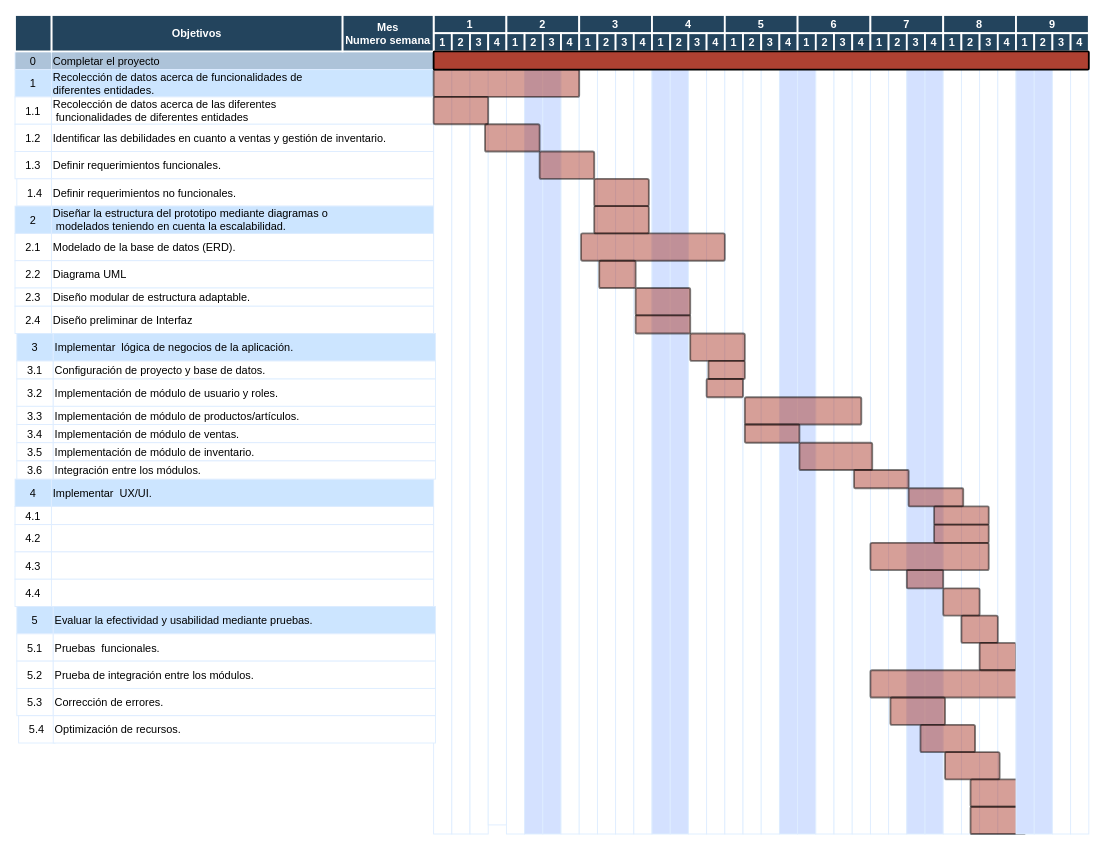
Above: page "Proyecto-Personal" (2 of 2) of Diagrama de Gantt.drawio in Cris25nkl/DIAGRAMS_BD (draw.io), before the change. Source tidied: cells renumbered, new cells numbered last; positions are measured from the earlier drawing's top-left corner, leaving out a move shared by most shapes. Both pictures are drawn from the tidied source at 91%, with x=0, y=0 at pixel (15, 15).
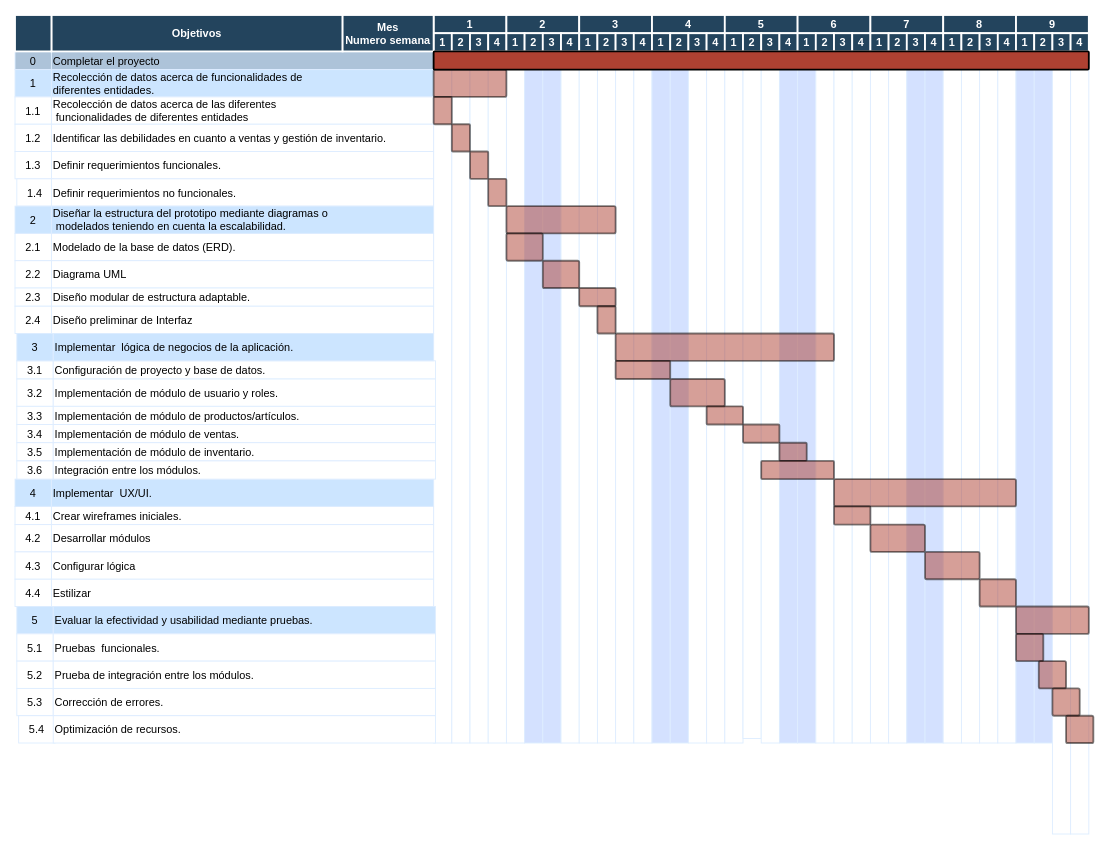
The same diagram, later.

Diff of the diagram source:
```diff
@@
     <mxCell id="4" style="strokeColor=#DEEDFF;" parent="1" vertex="1">
-      <mxGeometry x="460" y="40" width="20" height="860" as="geometry" />
+      <mxGeometry x="460" y="40" width="20" height="760" as="geometry" />
     </mxCell>
@@
-    <mxCell id="30" value="Implementar  lógica de negocios de la aplicación." style="align=left;strokeColor=#DEEDFF;fillColor=#CCE5FF;" parent="1" vertex="1">
-      <mxGeometry x="42" y="350" width="420" height="30" as="geometry" />
-    </mxCell>
@@
-    <mxCell id="38" style="align=left;strokeColor=#DEEDFF;" parent="1" vertex="1">
+    <mxCell id="38" value="Crear wireframes iniciales." style="align=left;strokeColor=#DEEDFF;" parent="1" vertex="1">
       <mxGeometry x="40" y="540" width="420" height="20" as="geometry" />
     </mxCell>
@@
-    <mxCell id="41" style="align=left;strokeColor=#DEEDFF;" parent="1" vertex="1">
+    <mxCell id="41" value="Desarrollar módulos" style="align=left;strokeColor=#DEEDFF;" parent="1" vertex="1">
       <mxGeometry x="40" y="560" width="420" height="30" as="geometry" />
     </mxCell>
@@
-    <mxCell id="43" style="align=left;strokeColor=#DEEDFF;" parent="1" vertex="1">
+    <mxCell id="43" value="Configurar lógica" style="align=left;strokeColor=#DEEDFF;" parent="1" vertex="1">
       <mxGeometry x="40" y="590" width="420" height="30" as="geometry" />
     </mxCell>
     <mxCell id="44" style="strokeColor=#DEEDFF;" parent="1" vertex="1">
-      <mxGeometry x="480" y="40" width="20" height="860" as="geometry" />
+      <mxGeometry x="480" y="40" width="20" height="760" as="geometry" />
     </mxCell>
     <mxCell id="45" style="strokeColor=#DEEDFF;" parent="1" vertex="1">
-      <mxGeometry x="500" y="40" width="20" height="860" as="geometry" />
+      <mxGeometry x="500" y="40" width="20" height="760" as="geometry" />
     </mxCell>
     <mxCell id="46" style="strokeColor=#DEEDFF;" parent="1" vertex="1">
-      <mxGeometry x="520" y="40" width="20" height="850" as="geometry" />
+      <mxGeometry x="520" y="40" width="20" height="760" as="geometry" />
     </mxCell>
     <mxCell id="47" style="strokeColor=#DEEDFF;" parent="1" vertex="1">
-      <mxGeometry x="540" y="40" width="20" height="860" as="geometry" />
+      <mxGeometry x="540" y="40" width="20" height="760" as="geometry" />
     </mxCell>
     <mxCell id="48" style="strokeColor=#DEEDFF;fillColor=#D4E1FF;" parent="1" vertex="1">
-      <mxGeometry x="560" y="40" width="20" height="860" as="geometry" />
+      <mxGeometry x="560" y="40" width="20" height="760" as="geometry" />
     </mxCell>
     <mxCell id="49" style="strokeColor=#DEEDFF;fillColor=#D4E1FF;" parent="1" vertex="1">
-      <mxGeometry x="580" y="40" width="20" height="860" as="geometry" />
+      <mxGeometry x="580" y="40" width="20" height="760" as="geometry" />
     </mxCell>
     <mxCell id="50" style="strokeColor=#DEEDFF;" parent="1" vertex="1">
-      <mxGeometry x="600" y="40" width="20" height="860" as="geometry" />
+      <mxGeometry x="600" y="40" width="20" height="760" as="geometry" />
     </mxCell>
     <mxCell id="51" style="strokeColor=#DEEDFF;" parent="1" vertex="1">
-      <mxGeometry x="620" y="40" width="20" height="860" as="geometry" />
+      <mxGeometry x="620" y="40" width="20" height="760" as="geometry" />
     </mxCell>
     <mxCell id="52" style="strokeColor=#DEEDFF;" parent="1" vertex="1">
-      <mxGeometry x="640" y="40" width="20" height="860" as="geometry" />
+      <mxGeometry x="640" y="40" width="20" height="760" as="geometry" />
     </mxCell>
     <mxCell id="53" style="strokeColor=#DEEDFF;" parent="1" vertex="1">
-      <mxGeometry x="660" y="40" width="20" height="860" as="geometry" />
+      <mxGeometry x="660" y="40" width="20" height="760" as="geometry" />
     </mxCell>
     <mxCell id="54" style="strokeColor=#DEEDFF;" parent="1" vertex="1">
-      <mxGeometry x="680" y="40" width="20" height="860" as="geometry" />
+      <mxGeometry x="680" y="40" width="20" height="760" as="geometry" />
     </mxCell>
     <mxCell id="55" style="strokeColor=#DEEDFF;fillColor=#D4E1FF;" parent="1" vertex="1">
-      <mxGeometry x="700" y="40" width="20" height="860" as="geometry" />
+      <mxGeometry x="700" y="40" width="20" height="760" as="geometry" />
     </mxCell>
     <mxCell id="56" style="strokeColor=#DEEDFF;fillColor=#D4E1FF;" parent="1" vertex="1">
-      <mxGeometry x="720" y="40" width="20" height="860" as="geometry" />
+      <mxGeometry x="720" y="40" width="20" height="760" as="geometry" />
     </mxCell>
     <mxCell id="57" style="strokeColor=#DEEDFF;" parent="1" vertex="1">
-      <mxGeometry x="740" y="40" width="20" height="860" as="geometry" />
+      <mxGeometry x="740" y="40" width="20" height="760" as="geometry" />
     </mxCell>
     <mxCell id="58" style="strokeColor=#DEEDFF;" parent="1" vertex="1">
-      <mxGeometry x="760" y="40" width="20" height="860" as="geometry" />
+      <mxGeometry x="760" y="40" width="20" height="760" as="geometry" />
     </mxCell>
     <mxCell id="59" style="strokeColor=#DEEDFF;" parent="1" vertex="1">
-      <mxGeometry x="780" y="40" width="20" height="860" as="geometry" />
+      <mxGeometry x="780" y="40" width="20" height="760" as="geometry" />
     </mxCell>
     <mxCell id="60" style="strokeColor=#DEEDFF;" parent="1" vertex="1">
-      <mxGeometry x="800" y="40" width="20" height="860" as="geometry" />
+      <mxGeometry x="800" y="35" width="20" height="760" as="geometry" />
     </mxCell>
     <mxCell id="61" style="strokeColor=#DEEDFF;" parent="1" vertex="1">
-      <mxGeometry x="820" y="40" width="20" height="860" as="geometry" />
+      <mxGeometry x="820" y="40" width="20" height="760" as="geometry" />
     </mxCell>
     <mxCell id="62" style="strokeColor=#DEEDFF;fillColor=#D4E1FF;" parent="1" vertex="1">
-      <mxGeometry x="840" y="40" width="20" height="860" as="geometry" />
+      <mxGeometry x="840" y="40" width="20" height="760" as="geometry" />
     </mxCell>
     <mxCell id="63" style="strokeColor=#DEEDFF;fillColor=#D4E1FF;" parent="1" vertex="1">
-      <mxGeometry x="860" y="40" width="20" height="860" as="geometry" />
+      <mxGeometry x="860" y="40" width="20" height="760" as="geometry" />
     </mxCell>
     <mxCell id="64" style="strokeColor=#DEEDFF;" parent="1" vertex="1">
-      <mxGeometry x="880" y="40" width="20" height="860" as="geometry" />
+      <mxGeometry x="880" y="40" width="20" height="760" as="geometry" />
     </mxCell>
     <mxCell id="65" style="strokeColor=#DEEDFF;" parent="1" vertex="1">
-      <mxGeometry x="900" y="40" width="20" height="860" as="geometry" />
+      <mxGeometry x="900" y="40" width="20" height="760" as="geometry" />
     </mxCell>
     <mxCell id="66" style="strokeColor=#DEEDFF;" parent="1" vertex="1">
-      <mxGeometry x="920" y="40" width="20" height="860" as="geometry" />
+      <mxGeometry x="920" y="40" width="20" height="760" as="geometry" />
     </mxCell>
     <mxCell id="67" style="strokeColor=#DEEDFF;" parent="1" vertex="1">
-      <mxGeometry x="940" y="40" width="20" height="860" as="geometry" />
+      <mxGeometry x="940" y="40" width="20" height="760" as="geometry" />
     </mxCell>
     <mxCell id="68" style="strokeColor=#DEEDFF;" parent="1" vertex="1">
-      <mxGeometry x="960" y="40" width="20" height="860" as="geometry" />
+      <mxGeometry x="960" y="40" width="20" height="760" as="geometry" />
     </mxCell>
     <mxCell id="69" style="strokeColor=#DEEDFF;fillColor=#D4E1FF;" parent="1" vertex="1">
-      <mxGeometry x="980" y="40" width="20" height="860" as="geometry" />
+      <mxGeometry x="980" y="40" width="20" height="760" as="geometry" />
     </mxCell>
     <mxCell id="70" style="strokeColor=#DEEDFF;fillColor=#D4E1FF;" parent="1" vertex="1">
-      <mxGeometry x="1000" y="40" width="20" height="860" as="geometry" />
+      <mxGeometry x="1000" y="40" width="20" height="760" as="geometry" />
     </mxCell>
     <mxCell id="71" style="strokeColor=#DEEDFF;" parent="1" vertex="1">
-      <mxGeometry x="1020" y="40" width="20" height="860" as="geometry" />
+      <mxGeometry x="1020" y="40" width="20" height="760" as="geometry" />
     </mxCell>
     <mxCell id="72" style="strokeColor=#DEEDFF;" parent="1" vertex="1">
-      <mxGeometry x="1040" y="40" width="20" height="860" as="geometry" />
+      <mxGeometry x="1040" y="40" width="20" height="760" as="geometry" />
     </mxCell>
     <mxCell id="73" style="strokeColor=#DEEDFF;" parent="1" vertex="1">
-      <mxGeometry x="1060" y="40" width="20" height="860" as="geometry" />
+      <mxGeometry x="1060" y="40" width="20" height="760" as="geometry" />
     </mxCell>
     <mxCell id="74" style="strokeColor=#DEEDFF;" parent="1" vertex="1">
-      <mxGeometry x="1080" y="40" width="20" height="860" as="geometry" />
+      <mxGeometry x="1080" y="40" width="20" height="760" as="geometry" />
     </mxCell>
@@
     <mxCell id="83" style="shape=mxgraph.flowchart.process;fillColor=#AE4132;strokeColor=#000000;strokeWidth=2;opacity=50;" parent="1" vertex="1">
-      <mxGeometry x="460" y="60" width="160" height="30" as="geometry" />
+      <mxGeometry x="460" y="60" width="80" height="30" as="geometry" />
     </mxCell>
@@
-    <mxCell id="86" style="align=left;strokeColor=#DEEDFF;" parent="1" vertex="1">
+    <mxCell id="86" value="Estilizar" style="align=left;strokeColor=#DEEDFF;" parent="1" vertex="1">
       <mxGeometry x="40" y="620" width="420" height="30" as="geometry" />
     </mxCell>
@@
-    <mxCell id="122" style="shape=mxgraph.flowchart.process;fillColor=#AE4132;strokeColor=#000000;strokeWidth=2;opacity=50;" parent="1" vertex="1">
-      <mxGeometry x="460" y="90" width="60" height="30" as="geometry" />
-    </mxCell>
-    <mxCell id="123" style="shape=mxgraph.flowchart.process;fillColor=#AE4132;strokeColor=#000000;strokeWidth=2;opacity=50;" parent="1" vertex="1">
-      <mxGeometry x="516.5" y="120" width="60" height="30" as="geometry" />
-    </mxCell>
-    <mxCell id="124" style="shape=mxgraph.flowchart.process;fillColor=#AE4132;strokeColor=#000000;strokeWidth=2;opacity=50;" parent="1" vertex="1">
-      <mxGeometry x="576.5" y="150" width="60" height="30" as="geometry" />
-    </mxCell>
-    <mxCell id="125" style="shape=mxgraph.flowchart.process;fillColor=#AE4132;strokeColor=#000000;strokeWidth=2;opacity=50;" parent="1" vertex="1">
-      <mxGeometry x="636.5" y="180" width="60" height="30" as="geometry" />
-    </mxCell>
-    <mxCell id="126" style="shape=mxgraph.flowchart.process;fillColor=#AE4132;strokeColor=#000000;strokeWidth=2;opacity=50;" parent="1" vertex="1">
-      <mxGeometry x="622" y="240" width="158" height="30" as="geometry" />
-    </mxCell>
-    <mxCell id="127" style="shape=mxgraph.flowchart.process;fillColor=#AE4132;strokeColor=#000000;strokeWidth=2;opacity=50;" parent="1" vertex="1">
-      <mxGeometry x="642" y="270" width="40" height="30" as="geometry" />
-    </mxCell>
-    <mxCell id="128" style="shape=mxgraph.flowchart.process;fillColor=#AE4132;strokeColor=#000000;strokeWidth=2;opacity=50;" parent="1" vertex="1">
-      <mxGeometry x="682" y="300" width="60" height="30" as="geometry" />
-    </mxCell>
-    <mxCell id="129" style="shape=mxgraph.flowchart.process;fillColor=#AE4132;strokeColor=#000000;strokeWidth=2;opacity=50;" parent="1" vertex="1">
-      <mxGeometry x="682" y="330" width="60" height="20" as="geometry" />
-    </mxCell>
-    <mxCell id="130" style="shape=mxgraph.flowchart.process;fillColor=#AE4132;strokeColor=#000000;strokeWidth=2;opacity=50;" parent="1" vertex="1">
-      <mxGeometry x="742" y="350" width="60" height="30" as="geometry" />
-    </mxCell>
-    <mxCell id="131" style="shape=mxgraph.flowchart.process;fillColor=#AE4132;strokeColor=#000000;strokeWidth=2;opacity=50;" parent="1" vertex="1">
-      <mxGeometry x="762" y="380" width="40" height="20" as="geometry" />
-    </mxCell>
-    <mxCell id="132" style="shape=mxgraph.flowchart.process;fillColor=#AE4132;strokeColor=#000000;strokeWidth=2;opacity=50;" parent="1" vertex="1">
-      <mxGeometry x="802" y="420" width="128" height="30" as="geometry" />
-    </mxCell>
-    <mxCell id="133" style="shape=mxgraph.flowchart.process;fillColor=#AE4132;strokeColor=#000000;strokeWidth=2;opacity=50;" parent="1" vertex="1">
-      <mxGeometry x="802" y="450" width="60" height="20" as="geometry" />
-    </mxCell>
-    <mxCell id="134" style="shape=mxgraph.flowchart.process;fillColor=#AE4132;strokeColor=#000000;strokeWidth=2;opacity=50;" parent="1" vertex="1">
-      <mxGeometry x="862" y="470" width="80" height="30" as="geometry" />
-    </mxCell>
-    <mxCell id="135" style="shape=mxgraph.flowchart.process;fillColor=#AE4132;strokeColor=#000000;strokeWidth=2;opacity=50;" parent="1" vertex="1">
-      <mxGeometry x="922" y="500" width="60" height="20" as="geometry" />
-    </mxCell>
-    <mxCell id="136" style="shape=mxgraph.flowchart.process;fillColor=#AE4132;strokeColor=#000000;strokeWidth=2;opacity=50;" parent="1" vertex="1">
-      <mxGeometry x="982" y="520" width="60" height="20" as="geometry" />
-    </mxCell>
-    <mxCell id="137" style="shape=mxgraph.flowchart.process;fillColor=#AE4132;strokeColor=#000000;strokeWidth=2;opacity=50;" parent="1" vertex="1">
-      <mxGeometry x="940" y="580" width="130" height="30" as="geometry" />
-    </mxCell>
-    <mxCell id="138" style="shape=mxgraph.flowchart.process;fillColor=#AE4132;strokeColor=#000000;strokeWidth=2;opacity=50;" parent="1" vertex="1">
-      <mxGeometry x="1010" y="540" width="60" height="20" as="geometry" />
-    </mxCell>
-    <mxCell id="139" style="shape=mxgraph.flowchart.process;fillColor=#AE4132;strokeColor=#000000;strokeWidth=2;opacity=50;" parent="1" vertex="1">
-      <mxGeometry x="980" y="610" width="40" height="20" as="geometry" />
-    </mxCell>
-    <mxCell id="140" style="shape=mxgraph.flowchart.process;fillColor=#AE4132;strokeColor=#000000;strokeWidth=2;opacity=50;" parent="1" vertex="1">
-      <mxGeometry x="1020" y="630" width="40" height="30" as="geometry" />
-    </mxCell>
-    <mxCell id="141" style="shape=mxgraph.flowchart.process;fillColor=#AE4132;strokeColor=#000000;strokeWidth=2;opacity=50;" parent="1" vertex="1">
-      <mxGeometry x="1040" y="660" width="40" height="30" as="geometry" />
-    </mxCell>
-    <mxCell id="142" style="shape=mxgraph.flowchart.process;fillColor=#AE4132;strokeColor=#000000;strokeWidth=2;opacity=50;" parent="1" vertex="1">
-      <mxGeometry x="1060" y="690" width="40" height="30" as="geometry" />
-    </mxCell>
-    <mxCell id="143" style="shape=mxgraph.flowchart.process;fillColor=#AE4132;strokeColor=#000000;strokeWidth=2;opacity=50;" parent="1" vertex="1">
-      <mxGeometry x="636.5" y="210" width="60" height="30" as="geometry" />
-    </mxCell>
-    <mxCell id="144" style="shape=mxgraph.flowchart.process;fillColor=#AE4132;strokeColor=#000000;strokeWidth=2;opacity=50;" parent="1" vertex="1">
-      <mxGeometry x="760" y="400" width="40" height="20" as="geometry" />
-    </mxCell>
@@
-    <mxCell id="147" style="shape=mxgraph.flowchart.process;fillColor=#AE4132;strokeColor=#000000;strokeWidth=2;opacity=50;" parent="1" vertex="1">
-      <mxGeometry x="1010" y="560" width="60" height="20" as="geometry" />
-    </mxCell>
@@
-    <mxCell id="158" style="shape=mxgraph.flowchart.process;fillColor=#AE4132;strokeColor=#000000;strokeWidth=2;opacity=50;" parent="1" vertex="1">
-      <mxGeometry x="940" y="720" width="170" height="30" as="geometry" />
-    </mxCell>
-    <mxCell id="159" style="shape=mxgraph.flowchart.process;fillColor=#AE4132;strokeColor=#000000;strokeWidth=2;opacity=50;" parent="1" vertex="1">
-      <mxGeometry x="962" y="750" width="60" height="30" as="geometry" />
-    </mxCell>
-    <mxCell id="160" style="shape=mxgraph.flowchart.process;fillColor=#AE4132;strokeColor=#000000;strokeWidth=2;opacity=50;" parent="1" vertex="1">
-      <mxGeometry x="995" y="780" width="60" height="30" as="geometry" />
-    </mxCell>
-    <mxCell id="161" style="shape=mxgraph.flowchart.process;fillColor=#AE4132;strokeColor=#000000;strokeWidth=2;opacity=50;" parent="1" vertex="1">
-      <mxGeometry x="1022" y="810" width="60" height="30" as="geometry" />
-    </mxCell>
-    <mxCell id="162" style="shape=mxgraph.flowchart.process;fillColor=#AE4132;strokeColor=#000000;strokeWidth=2;opacity=50;" parent="1" vertex="1">
-      <mxGeometry x="1050" y="840" width="60" height="30" as="geometry" />
-    </mxCell>
-    <mxCell id="163" style="shape=mxgraph.flowchart.process;fillColor=#AE4132;strokeColor=#000000;strokeWidth=2;opacity=50;" parent="1" vertex="1">
-      <mxGeometry x="1050" y="870" width="60" height="30" as="geometry" />
-    </mxCell>
@@
     <mxCell id="169" style="strokeColor=#DEEDFF;fillColor=#D4E1FF;" parent="1" vertex="1">
-      <mxGeometry x="1100" y="40" width="20" height="860" as="geometry" />
+      <mxGeometry x="1100" y="40" width="20" height="760" as="geometry" />
     </mxCell>
     <mxCell id="170" style="strokeColor=#DEEDFF;fillColor=#D4E1FF;" parent="1" vertex="1">
-      <mxGeometry x="1120" y="40" width="20" height="860" as="geometry" />
+      <mxGeometry x="1120" y="40" width="20" height="760" as="geometry" />
     </mxCell>
@@
+    <mxCell id="174" style="shape=mxgraph.flowchart.process;fillColor=#AE4132;strokeColor=#000000;strokeWidth=2;opacity=50;" parent="1" vertex="1">
+      <mxGeometry x="460" y="90" width="20" height="30" as="geometry" />
+    </mxCell>
+    <mxCell id="175" style="shape=mxgraph.flowchart.process;fillColor=#AE4132;strokeColor=#000000;strokeWidth=2;opacity=50;" parent="1" vertex="1">
+      <mxGeometry x="480" y="120" width="20" height="30" as="geometry" />
+    </mxCell>
+    <mxCell id="176" style="shape=mxgraph.flowchart.process;fillColor=#AE4132;strokeColor=#000000;strokeWidth=2;opacity=50;" parent="1" vertex="1">
+      <mxGeometry x="500" y="150" width="20" height="30" as="geometry" />
+    </mxCell>
+    <mxCell id="177" style="shape=mxgraph.flowchart.process;fillColor=#AE4132;strokeColor=#000000;strokeWidth=2;opacity=50;" parent="1" vertex="1">
+      <mxGeometry x="520" y="180" width="20" height="30" as="geometry" />
+    </mxCell>
+    <mxCell id="178" style="shape=mxgraph.flowchart.process;fillColor=#AE4132;strokeColor=#000000;strokeWidth=2;opacity=50;" parent="1" vertex="1">
+      <mxGeometry x="540" y="210" width="120" height="30" as="geometry" />
+    </mxCell>
+    <mxCell id="179" style="shape=mxgraph.flowchart.process;fillColor=#AE4132;strokeColor=#000000;strokeWidth=2;opacity=50;" parent="1" vertex="1">
+      <mxGeometry x="540" y="240" width="40" height="30" as="geometry" />
+    </mxCell>
+    <mxCell id="180" style="shape=mxgraph.flowchart.process;fillColor=#AE4132;strokeColor=#000000;strokeWidth=2;opacity=50;" parent="1" vertex="1">
+      <mxGeometry x="580" y="270" width="40" height="30" as="geometry" />
+    </mxCell>
+    <mxCell id="181" style="shape=mxgraph.flowchart.process;fillColor=#AE4132;strokeColor=#000000;strokeWidth=2;opacity=50;" parent="1" vertex="1">
+      <mxGeometry x="620" y="300" width="40" height="20" as="geometry" />
+    </mxCell>
+    <mxCell id="182" style="shape=mxgraph.flowchart.process;fillColor=#AE4132;strokeColor=#000000;strokeWidth=2;opacity=50;" parent="1" vertex="1">
+      <mxGeometry x="640" y="320" width="20" height="30" as="geometry" />
+    </mxCell>
+    <mxCell id="183" style="shape=mxgraph.flowchart.process;fillColor=#AE4132;strokeColor=#000000;strokeWidth=2;opacity=50;" parent="1" vertex="1">
+      <mxGeometry x="660" y="350" width="240" height="30" as="geometry" />
+    </mxCell>
+    <mxCell id="30" value="Implementar  lógica de negocios de la aplicación." style="align=left;strokeColor=#DEEDFF;fillColor=#CCE5FF;" parent="1" vertex="1">
+      <mxGeometry x="42" y="350" width="418" height="30" as="geometry" />
+    </mxCell>
+    <mxCell id="184" style="shape=mxgraph.flowchart.process;fillColor=#AE4132;strokeColor=#000000;strokeWidth=2;opacity=50;" parent="1" vertex="1">
+      <mxGeometry x="660" y="380" width="60" height="20" as="geometry" />
+    </mxCell>
+    <mxCell id="185" style="shape=mxgraph.flowchart.process;fillColor=#AE4132;strokeColor=#000000;strokeWidth=2;opacity=50;" parent="1" vertex="1">
+      <mxGeometry x="720" y="400" width="60" height="30" as="geometry" />
+    </mxCell>
+    <mxCell id="186" style="shape=mxgraph.flowchart.process;fillColor=#AE4132;strokeColor=#000000;strokeWidth=2;opacity=50;" parent="1" vertex="1">
+      <mxGeometry x="760" y="430" width="40" height="20" as="geometry" />
+    </mxCell>
+    <mxCell id="187" style="shape=mxgraph.flowchart.process;fillColor=#AE4132;strokeColor=#000000;strokeWidth=2;opacity=50;" parent="1" vertex="1">
+      <mxGeometry x="800" y="450" width="40" height="20" as="geometry" />
+    </mxCell>
+    <mxCell id="188" style="shape=mxgraph.flowchart.process;fillColor=#AE4132;strokeColor=#000000;strokeWidth=2;opacity=50;" parent="1" vertex="1">
+      <mxGeometry x="840" y="470" width="30" height="20" as="geometry" />
+    </mxCell>
+    <mxCell id="189" style="shape=mxgraph.flowchart.process;fillColor=#AE4132;strokeColor=#000000;strokeWidth=2;opacity=50;" parent="1" vertex="1">
+      <mxGeometry x="820" y="490" width="80" height="20" as="geometry" />
+    </mxCell>
+    <mxCell id="190" style="shape=mxgraph.flowchart.process;fillColor=#AE4132;strokeColor=#000000;strokeWidth=2;opacity=50;" parent="1" vertex="1">
+      <mxGeometry x="900" y="510" width="200" height="30" as="geometry" />
+    </mxCell>
+    <mxCell id="191" style="shape=mxgraph.flowchart.process;fillColor=#AE4132;strokeColor=#000000;strokeWidth=2;opacity=50;" parent="1" vertex="1">
+      <mxGeometry x="900" y="540" width="40" height="20" as="geometry" />
+    </mxCell>
+    <mxCell id="192" style="shape=mxgraph.flowchart.process;fillColor=#AE4132;strokeColor=#000000;strokeWidth=2;opacity=50;" parent="1" vertex="1">
+      <mxGeometry x="940" y="560" width="60" height="30" as="geometry" />
+    </mxCell>
+    <mxCell id="193" style="shape=mxgraph.flowchart.process;fillColor=#AE4132;strokeColor=#000000;strokeWidth=2;opacity=50;" parent="1" vertex="1">
+      <mxGeometry x="1000" y="590" width="60" height="30" as="geometry" />
+    </mxCell>
+    <mxCell id="194" style="shape=mxgraph.flowchart.process;fillColor=#AE4132;strokeColor=#000000;strokeWidth=2;opacity=50;" parent="1" vertex="1">
+      <mxGeometry x="1060" y="620" width="40" height="30" as="geometry" />
+    </mxCell>
+    <mxCell id="195" style="shape=mxgraph.flowchart.process;fillColor=#AE4132;strokeColor=#000000;strokeWidth=2;opacity=50;" parent="1" vertex="1">
+      <mxGeometry x="1100" y="650" width="80" height="30" as="geometry" />
+    </mxCell>
+    <mxCell id="196" style="shape=mxgraph.flowchart.process;fillColor=#AE4132;strokeColor=#000000;strokeWidth=2;opacity=50;" parent="1" vertex="1">
+      <mxGeometry x="1100" y="680" width="30" height="30" as="geometry" />
+    </mxCell>
+    <mxCell id="197" style="shape=mxgraph.flowchart.process;fillColor=#AE4132;strokeColor=#000000;strokeWidth=2;opacity=50;" parent="1" vertex="1">
+      <mxGeometry x="1125" y="710" width="30" height="30" as="geometry" />
+    </mxCell>
+    <mxCell id="198" style="shape=mxgraph.flowchart.process;fillColor=#AE4132;strokeColor=#000000;strokeWidth=2;opacity=50;" parent="1" vertex="1">
+      <mxGeometry x="1140" y="740" width="30" height="30" as="geometry" />
+    </mxCell>
+    <mxCell id="199" style="shape=mxgraph.flowchart.process;fillColor=#AE4132;strokeColor=#000000;strokeWidth=2;opacity=50;" parent="1" vertex="1">
+      <mxGeometry x="1155" y="770" width="30" height="30" as="geometry" />
+    </mxCell>
```
